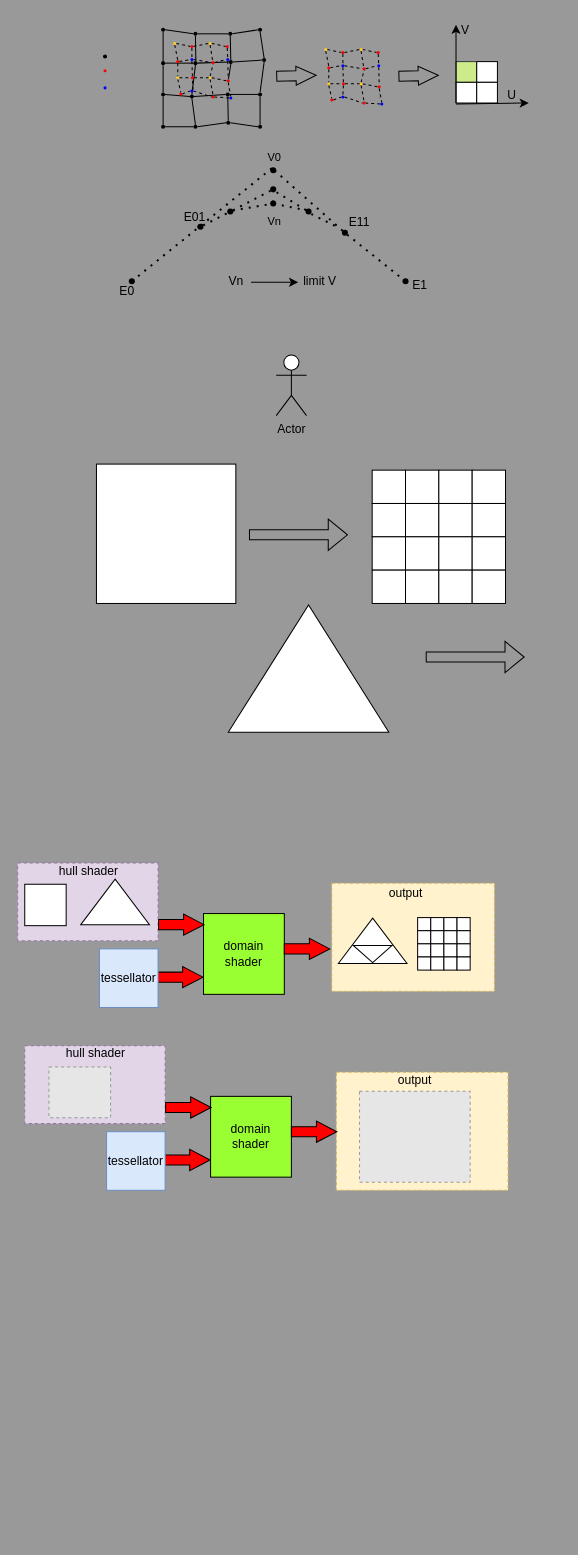
This is GDOC.drawio from killroshan/visio_chart, a draw.io file, before an edit. Source tidied: cells renumbered, new cells numbered last; positions are measured from the earlier drawing's top-left corner, leaving out a move shared by most shapes. Both pictures are drawn from the tidied source at 101%, with x=0, y=0 at pixel (17, 17). Pictures stored in the file or linked from it are replaced by grey dashed boxes.
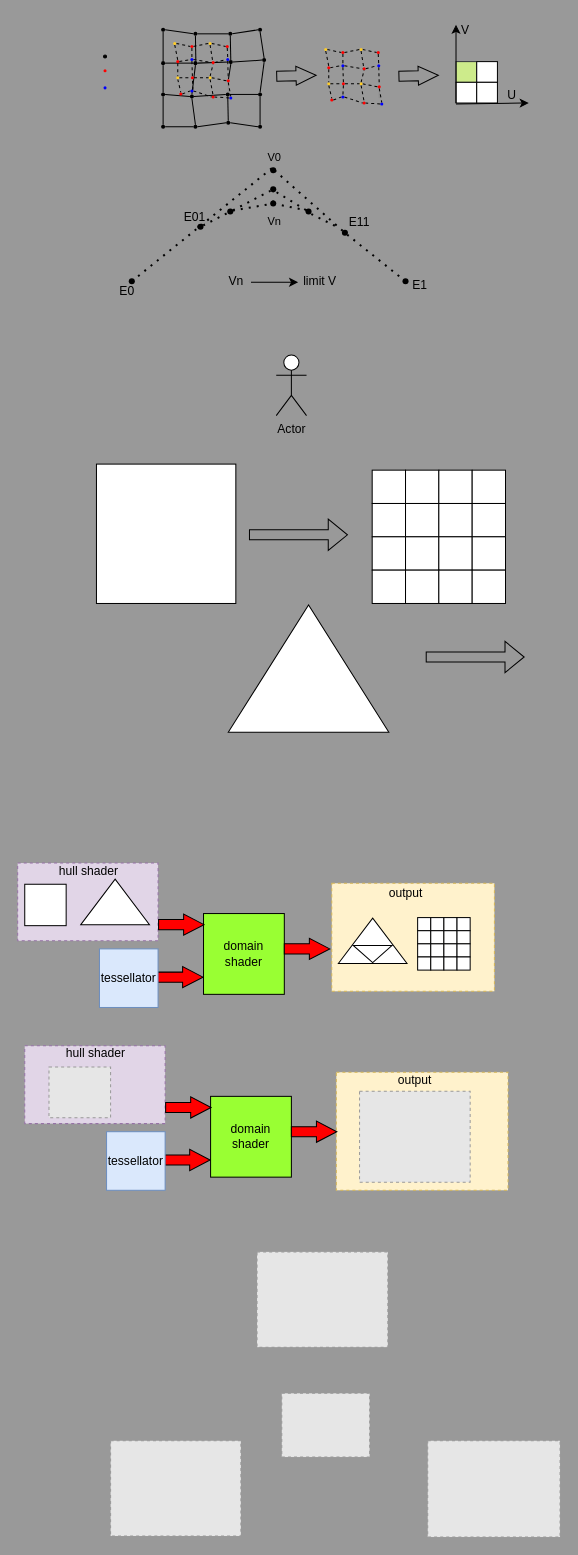
After the change.

What changed in the source:
```diff
@@
+    <mxCell id="231" style="fillColor=#E6E6E6;strokeColor=#999999;dashed=1;verticalLabelPosition=bottom;labelBackgroundColor=default;verticalAlign=top;" parent="1" vertex="1">
+      <mxGeometry x="237" y="1222" width="129.5" height="94.3" as="geometry" />
+    </mxCell>
+    <mxCell id="232" style="fillColor=#E6E6E6;strokeColor=#999999;dashed=1;verticalLabelPosition=bottom;labelBackgroundColor=default;verticalAlign=top;" parent="1" vertex="1">
+      <mxGeometry x="92" y="1409" width="129" height="94.3" as="geometry" />
+    </mxCell>
+    <mxCell id="233" style="fillColor=#E6E6E6;strokeColor=#999999;dashed=1;verticalLabelPosition=bottom;labelBackgroundColor=default;verticalAlign=top;" parent="1" vertex="1">
+      <mxGeometry x="406" y="1409" width="131" height="95.3" as="geometry" />
+    </mxCell>
+    <mxCell id="234" style="fillColor=#E6E6E6;strokeColor=#999999;dashed=1;verticalLabelPosition=bottom;labelBackgroundColor=default;verticalAlign=top;" parent="1" vertex="1">
+      <mxGeometry x="261.5" y="1362" width="87" height="63.1" as="geometry" />
+    </mxCell>
```
